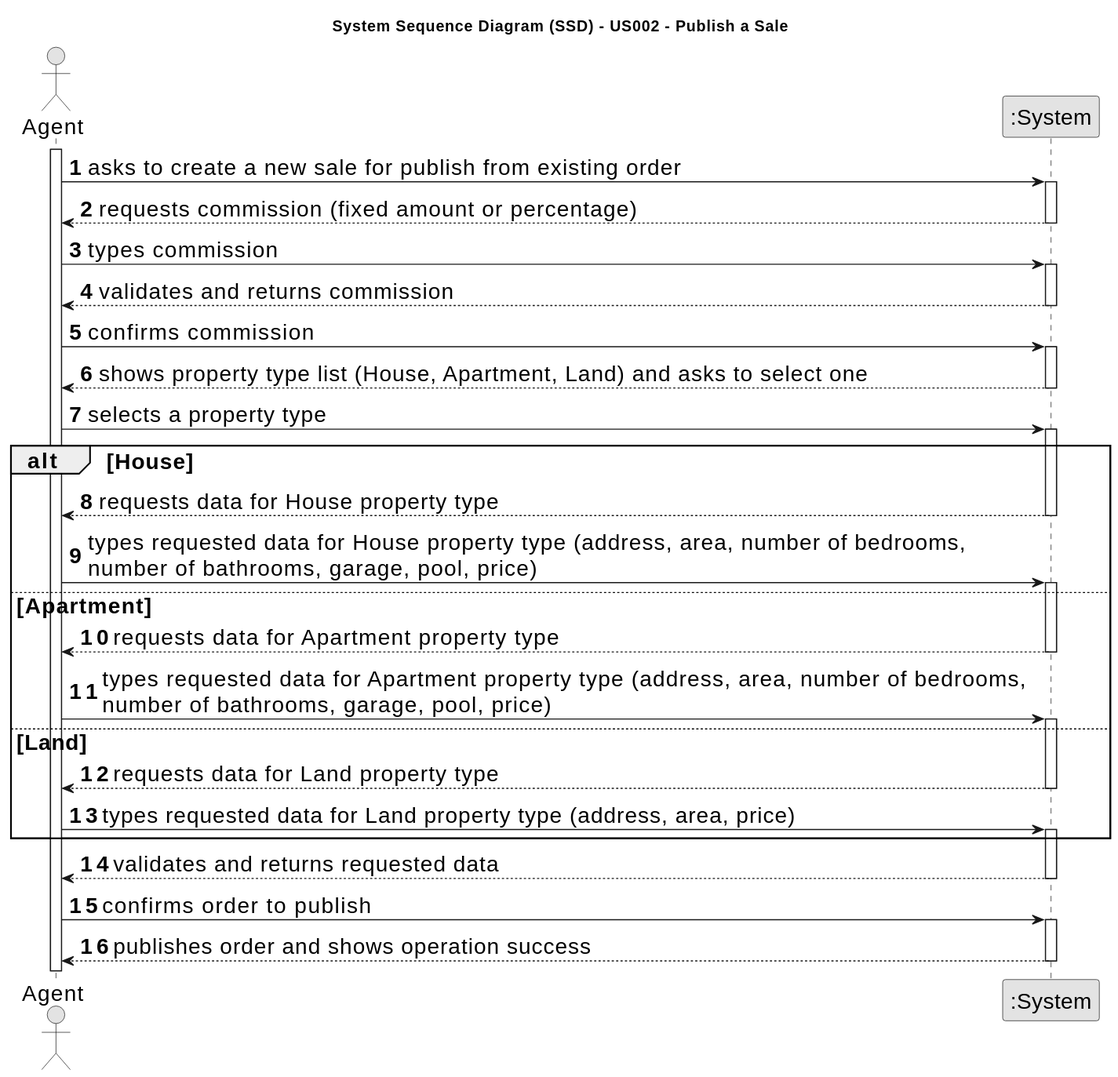
Above: docs/sprintB/us002/01.requirements-engineering/svg/us002-system-sequence-diagram-alternative-two.svg in Goncalves2525/real-estate-management-system (PlantUML), before the change.
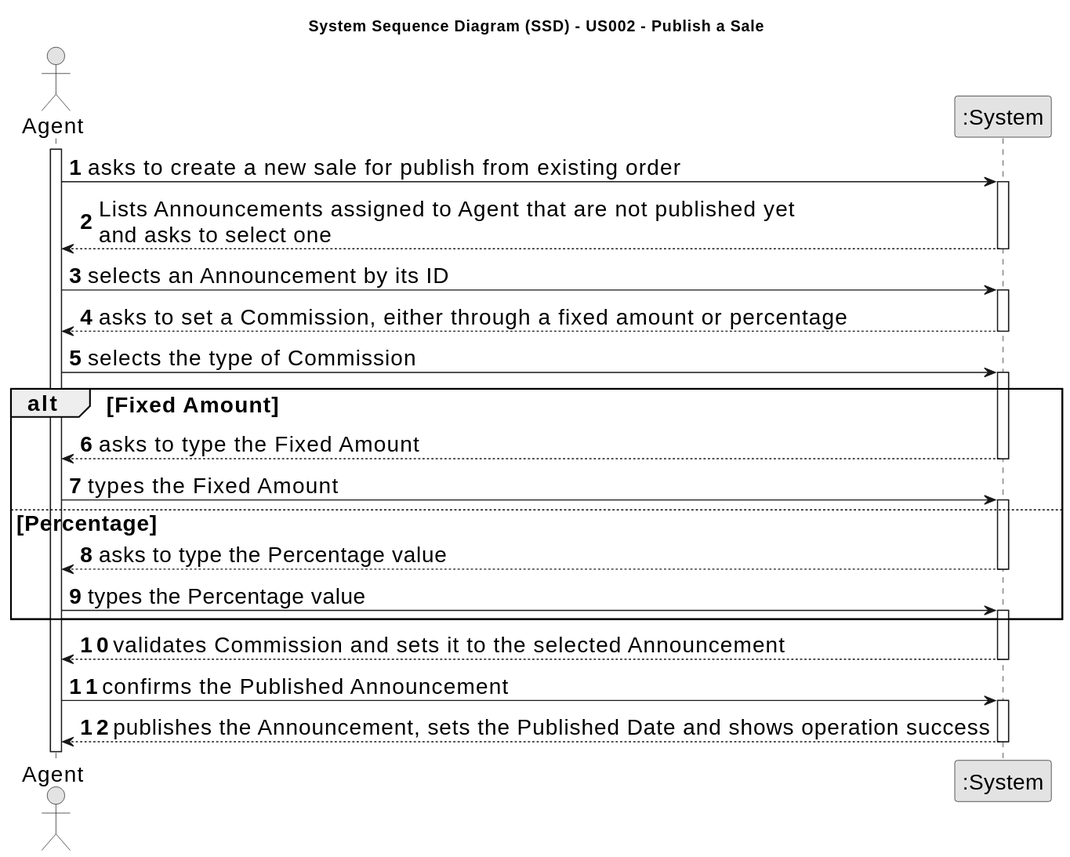
After the commit.

Diff of the diagram source:
```diff
@@ -13,56 +13,41 @@
 
 activate Agent
 
-    Agent -> System : asks to create a new sale for publish from existing order
-    activate System
+Agent -> System : asks to create a new sale for publish from existing order
+activate System
 
-    System --> Agent : requests commission (fixed amount or percentage)
+System --> Agent : Lists Announcements assigned to Agent that are not published yet\nand asks to select one
+deactivate System
+
+Agent -> System : selects an Announcement by its ID
+activate System
+
+System --> Agent : asks to set a Commission, either through a fixed amount or percentage
+deactivate System
+
+Agent -> System : selects the type of Commission
+activate System
+
+alt Fixed Amount
+    System --> Agent : asks to type the Fixed Amount
     deactivate System
 
-    Agent -> System : types commission
+    Agent -> System : types the Fixed Amount
     activate System
-
-    System --> Agent : validates and returns commission
+else Percentage
+    System --> Agent : asks to type the Percentage value
     deactivate System
 
-    Agent -> System : confirms commission
+    Agent -> System : types the Percentage value
     activate System
+end
 
-    System --> Agent : shows property type list (House, Apartment, Land) and asks to select one
-    deactivate System
+System --> Agent : validates Commission and sets it to the selected Announcement
+deactivate System
 
-    Agent -> System : selects a property type
-    activate System
+Agent -> System : confirms the Published Announcement
+activate System
 
-    alt House
-
-        System --> Agent : requests data for House property type
-        deactivate System
-
-        Agent -> System : types requested data for House property type (address, area, number of bedrooms, \nnumber of bathrooms, garage, pool, price)
-        activate System
-
-    else  Apartment
-
-        System --> Agent : requests data for Apartment property type
-        deactivate System
-
-        Agent -> System : types requested data for Apartment property type (address, area, number of bedrooms, \nnumber of bathrooms, garage, pool, price)
-        activate System
-    else  Land
-
-        System --> Agent : requests data for Land property type
-        deactivate System
-
-        Agent -> System : types requested data for Land property type (address, area, price)
-        activate System
-    end
-    System --> Agent : validates and returns requested data
-    deactivate System
-
-    Agent -> System : confirms order to publish
-    activate System
-
-    System --> Agent : publishes order and shows operation success
-    deactivate System
+System --> Agent : publishes the Announcement, sets the Published Date and shows operation success
+deactivate System
 @enduml
```
